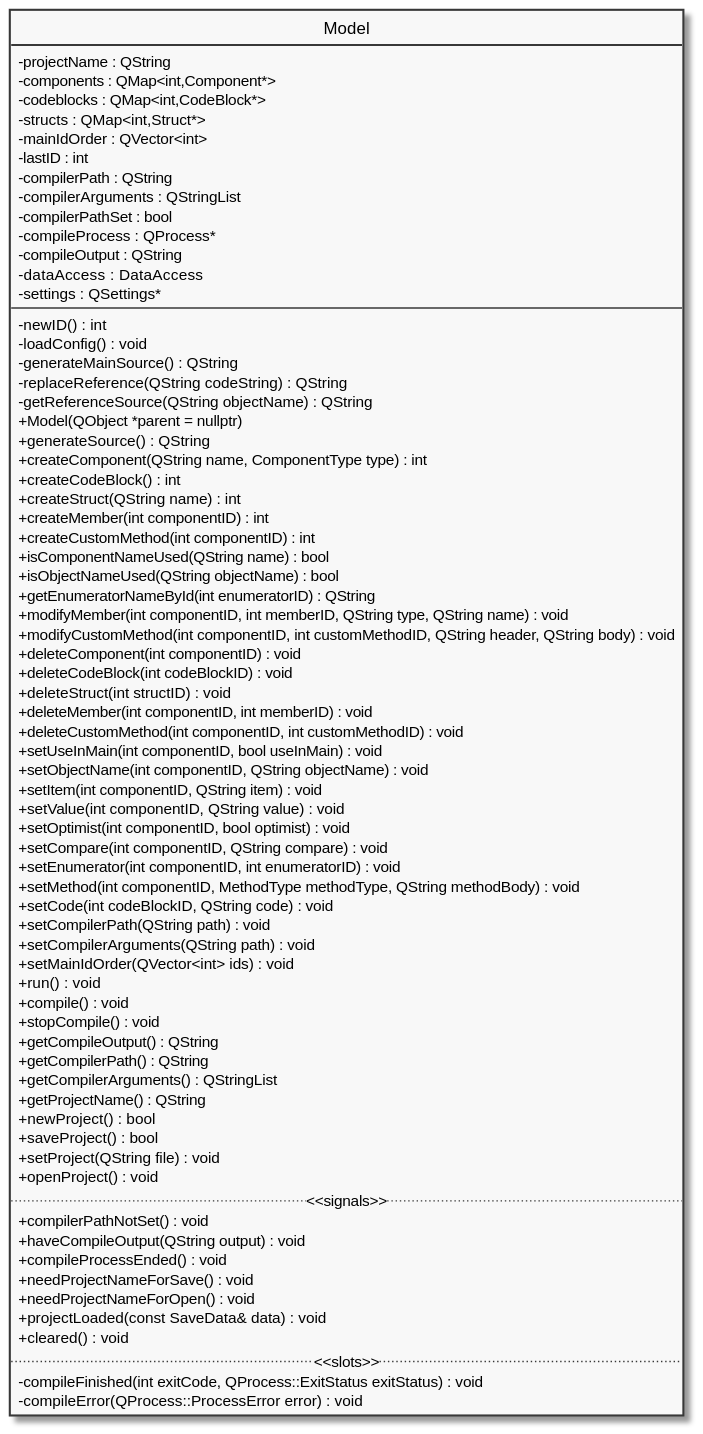
Before: diagram/docs/Model.svg, a diagram exported from PlantUML (pecku/szakdoga).
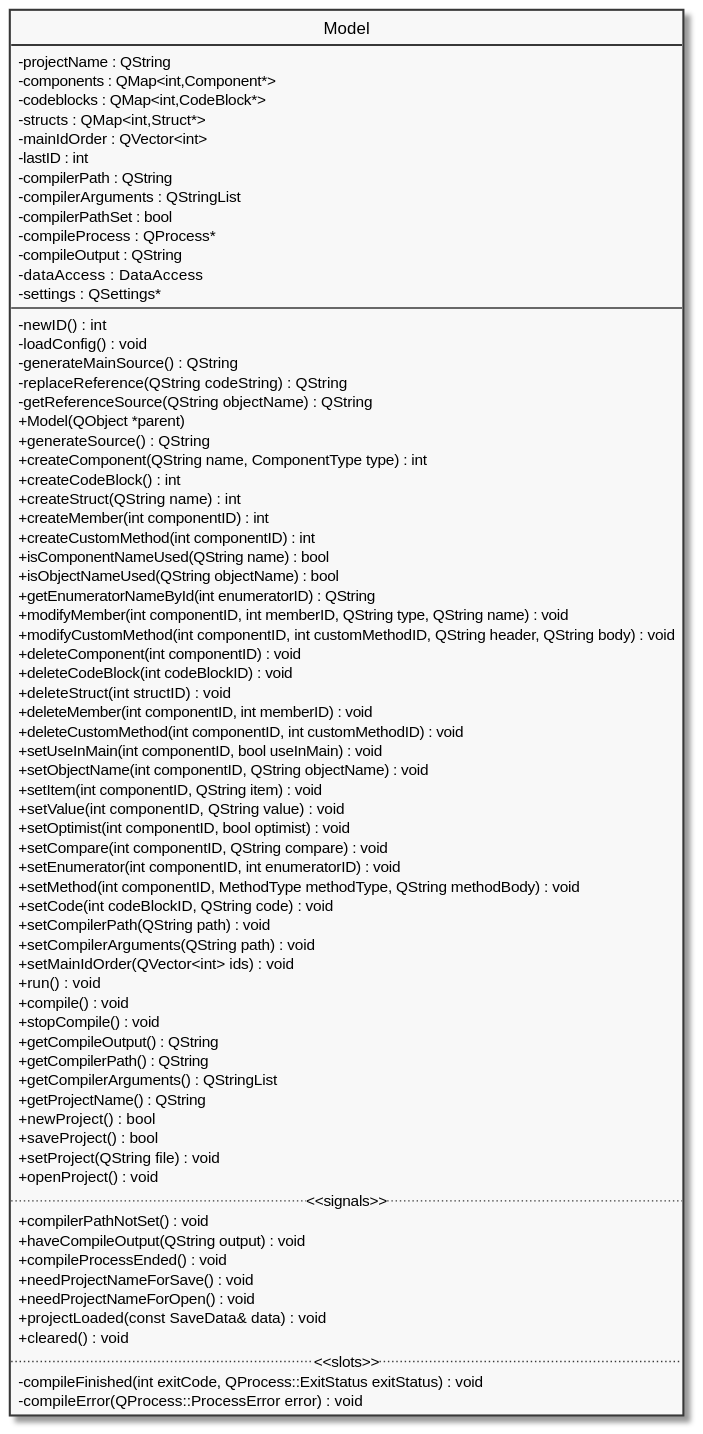
The same file after the commit.

Change to the diagram source:
```diff
@@ -26,7 +26,7 @@
     - generateMainSource() : QString
     - replaceReference(QString codeString) : QString
     - getReferenceSource(QString objectName) : QString
-    + Model(QObject *parent = nullptr)
+    + Model(QObject *parent)
     + generateSource() : QString
     + createComponent(QString name, ComponentType type) : int
     + createCodeBlock() : int
```
